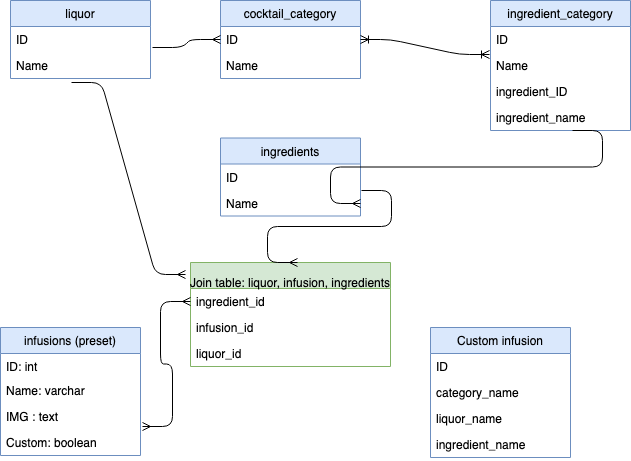
The draw.io diagram aged and infused.png in Mstapleton22/capstone-aged-and-infused, before a commit. Source tidied: cells renumbered, new cells last; positions are measured from the earlier drawing's top-left corner, leaving out a move shared by most shapes. Its diagram source:
```xml
<mxGraphModel>
  <root>
    <mxCell id="0" />
    <mxCell id="1" parent="0" />
    <mxCell id="2" value="liquor" style="swimlane;fontStyle=0;horizontal=1;startSize=26;fillColor=#dae8fc;strokeColor=#6c8ebf;" parent="1" vertex="1">
      <mxGeometry x="10" width="140" height="78" as="geometry" />
    </mxCell>
    <mxCell id="3" value="ID" style="text;strokeColor=none;fillColor=none;align=left;verticalAlign=top;spacingLeft=4;spacingRight=4;overflow=hidden;points=[[0,0.5],[1,0.5]];portConstraint=eastwest;" parent="2" vertex="1">
      <mxGeometry y="26" width="140" height="26" as="geometry" />
    </mxCell>
    <mxCell id="4" value="Name" style="text;strokeColor=none;fillColor=none;align=left;verticalAlign=top;spacingLeft=4;spacingRight=4;overflow=hidden;points=[[0,0.5],[1,0.5]];portConstraint=eastwest;" parent="2" vertex="1">
      <mxGeometry y="52" width="140" height="26" as="geometry" />
    </mxCell>
    <mxCell id="5" value="cocktail_category" style="swimlane;fontStyle=0;horizontal=1;startSize=26;fillColor=#dae8fc;strokeColor=#6c8ebf;" parent="1" vertex="1">
      <mxGeometry x="220" width="140" height="78" as="geometry" />
    </mxCell>
    <mxCell id="6" value="ID" style="text;strokeColor=none;fillColor=none;align=left;verticalAlign=top;spacingLeft=4;spacingRight=4;overflow=hidden;points=[[0,0.5],[1,0.5]];portConstraint=eastwest;" parent="5" vertex="1">
      <mxGeometry y="26" width="140" height="26" as="geometry" />
    </mxCell>
    <mxCell id="7" value="Name" style="text;strokeColor=none;fillColor=none;align=left;verticalAlign=top;spacingLeft=4;spacingRight=4;overflow=hidden;" parent="5" vertex="1">
      <mxGeometry y="52" width="140" height="26" as="geometry" />
    </mxCell>
    <mxCell id="8" value="ingredient_category" style="swimlane;fontStyle=0;horizontal=1;startSize=26;fillColor=#dae8fc;strokeColor=#6c8ebf;" parent="1" vertex="1">
      <mxGeometry x="490" width="140" height="130" as="geometry" />
    </mxCell>
    <mxCell id="9" value="ID" style="text;strokeColor=none;fillColor=none;align=left;verticalAlign=top;spacingLeft=4;spacingRight=4;overflow=hidden;points=[[0,0.5],[1,0.5]];portConstraint=eastwest;" parent="8" vertex="1">
      <mxGeometry y="26" width="140" height="26" as="geometry" />
    </mxCell>
    <mxCell id="10" value="Name" style="text;strokeColor=none;fillColor=none;align=left;verticalAlign=top;spacingLeft=4;spacingRight=4;overflow=hidden;" parent="8" vertex="1">
      <mxGeometry y="52" width="140" height="26" as="geometry" />
    </mxCell>
    <mxCell id="11" value="ingredient_ID" style="text;strokeColor=none;fillColor=none;align=left;verticalAlign=top;spacingLeft=4;spacingRight=4;overflow=hidden;" parent="8" vertex="1">
      <mxGeometry y="78" width="140" height="26" as="geometry" />
    </mxCell>
    <mxCell id="12" value="ingredient_name" style="text;strokeColor=none;fillColor=none;align=left;verticalAlign=top;spacingLeft=4;spacingRight=4;overflow=hidden;points=[[0,0.5],[1,0.5]];portConstraint=eastwest;" parent="8" vertex="1">
      <mxGeometry y="104" width="140" height="26" as="geometry" />
    </mxCell>
    <mxCell id="13" value="ingredients" style="swimlane;fontStyle=0;horizontal=1;startSize=26;fillColor=#dae8fc;strokeColor=#6c8ebf;" parent="1" vertex="1">
      <mxGeometry x="220" y="137.5" width="140" height="78" as="geometry" />
    </mxCell>
    <mxCell id="14" value="ID" style="text;strokeColor=none;fillColor=none;align=left;verticalAlign=top;spacingLeft=4;spacingRight=4;overflow=hidden;" parent="13" vertex="1">
      <mxGeometry y="26" width="140" height="26" as="geometry" />
    </mxCell>
    <mxCell id="15" value="Name" style="text;strokeColor=none;fillColor=none;align=left;verticalAlign=top;spacingLeft=4;spacingRight=4;overflow=hidden;points=[[0,0.5],[1,0.5]];portConstraint=eastwest;" parent="13" vertex="1">
      <mxGeometry y="52" width="140" height="26" as="geometry" />
    </mxCell>
    <mxCell id="16" value="infusions (preset)" style="swimlane;fontStyle=0;horizontal=1;startSize=26;fillColor=#dae8fc;strokeColor=#6c8ebf;" parent="1" vertex="1">
      <mxGeometry y="327" width="140" height="128" as="geometry" />
    </mxCell>
    <mxCell id="17" value="ID: int" style="text;strokeColor=none;fillColor=none;align=left;verticalAlign=top;spacingLeft=4;spacingRight=4;overflow=hidden;" parent="16" vertex="1">
      <mxGeometry y="26" width="140" height="24" as="geometry" />
    </mxCell>
    <mxCell id="18" value="Name: varchar" style="text;strokeColor=none;fillColor=none;align=left;verticalAlign=top;spacingLeft=4;spacingRight=4;overflow=hidden;" parent="16" vertex="1">
      <mxGeometry y="50" width="140" height="26" as="geometry" />
    </mxCell>
    <mxCell id="19" value="IMG : text" style="text;strokeColor=none;fillColor=none;align=left;verticalAlign=top;spacingLeft=4;spacingRight=4;overflow=hidden;" parent="16" vertex="1">
      <mxGeometry y="76" width="140" height="26" as="geometry" />
    </mxCell>
    <mxCell id="20" value="Custom: boolean" style="text;strokeColor=none;fillColor=none;align=left;verticalAlign=top;spacingLeft=4;spacingRight=4;overflow=hidden;points=[[0,0.5],[1,0.5]];portConstraint=eastwest;" parent="16" vertex="1">
      <mxGeometry y="102" width="140" height="26" as="geometry" />
    </mxCell>
    <mxCell id="21" value="Custom infusion" style="swimlane;fontStyle=0;horizontal=1;startSize=26;fillColor=#dae8fc;strokeColor=#6c8ebf;" parent="1" vertex="1">
      <mxGeometry x="430" y="327" width="140" height="130" as="geometry" />
    </mxCell>
    <mxCell id="22" value="ID" style="text;strokeColor=none;fillColor=none;align=left;verticalAlign=top;spacingLeft=4;spacingRight=4;overflow=hidden;" parent="21" vertex="1">
      <mxGeometry y="26" width="140" height="26" as="geometry" />
    </mxCell>
    <mxCell id="23" value="category_name" style="text;strokeColor=none;fillColor=none;align=left;verticalAlign=top;spacingLeft=4;spacingRight=4;overflow=hidden;" parent="21" vertex="1">
      <mxGeometry y="52" width="140" height="26" as="geometry" />
    </mxCell>
    <mxCell id="24" value="liquor_name" style="text;strokeColor=none;fillColor=none;align=left;verticalAlign=top;spacingLeft=4;spacingRight=4;overflow=hidden;" parent="21" vertex="1">
      <mxGeometry y="78" width="140" height="26" as="geometry" />
    </mxCell>
    <mxCell id="25" value="ingredient_name" style="text;strokeColor=none;fillColor=none;align=left;verticalAlign=top;spacingLeft=4;spacingRight=4;overflow=hidden;" parent="21" vertex="1">
      <mxGeometry y="104" width="140" height="26" as="geometry" />
    </mxCell>
    <mxCell id="26" value="&#10;&#10;Join table: liquor, infusion, ingredients&#10;" style="swimlane;fontStyle=0;horizontal=1;startSize=26;fillColor=#d5e8d4;strokeColor=#82b366;" parent="1" vertex="1">
      <mxGeometry x="190" y="262" width="200" height="104" as="geometry" />
    </mxCell>
    <mxCell id="27" value="ingredient_id" style="text;strokeColor=none;fillColor=none;align=left;verticalAlign=top;spacingLeft=4;spacingRight=4;overflow=hidden;points=[[0,0.5],[1,0.5]];portConstraint=eastwest;" parent="26" vertex="1">
      <mxGeometry y="26" width="200" height="26" as="geometry" />
    </mxCell>
    <mxCell id="28" value="infusion_id" style="text;strokeColor=none;fillColor=none;align=left;verticalAlign=top;spacingLeft=4;spacingRight=4;overflow=hidden;" parent="26" vertex="1">
      <mxGeometry y="52" width="200" height="26" as="geometry" />
    </mxCell>
    <mxCell id="29" value="liquor_id" style="text;strokeColor=none;fillColor=none;align=left;verticalAlign=top;spacingLeft=4;spacingRight=4;overflow=hidden;" parent="26" vertex="1">
      <mxGeometry y="78" width="200" height="26" as="geometry" />
    </mxCell>
    <mxCell id="30" style="edgeStyle=entityRelationEdgeStyle;fontSize=12;html=1;endArrow=ERmany;exitX=1.014;exitY=0.808;exitDx=0;exitDy=0;exitPerimeter=0;entryX=0;entryY=0.5;entryDx=0;entryDy=0;" parent="1" edge="1" source="3" target="6">
      <mxGeometry relative="1" as="geometry" />
    </mxCell>
    <mxCell id="31" style="edgeStyle=entityRelationEdgeStyle;fontSize=12;html=1;endArrow=ERoneToMany;startArrow=ERoneToMany;entryX=-0.007;entryY=1.077;entryDx=0;entryDy=0;entryPerimeter=0;exitX=1;exitY=0.5;exitDx=0;exitDy=0;" parent="1" edge="1" source="6" target="9">
      <mxGeometry relative="1" as="geometry" />
    </mxCell>
    <mxCell id="32" style="edgeStyle=entityRelationEdgeStyle;fontSize=12;html=1;endArrow=ERmany;exitX=0.586;exitY=1;exitDx=0;exitDy=0;exitPerimeter=0;entryX=1;entryY=0.5;entryDx=0;entryDy=0;" parent="1" edge="1" source="12" target="15">
      <mxGeometry relative="1" as="geometry" />
    </mxCell>
    <mxCell id="33" style="edgeStyle=entityRelationEdgeStyle;fontSize=12;html=1;endArrow=ERmany;exitX=0.436;exitY=1.154;exitDx=0;exitDy=0;exitPerimeter=0;entryX=-0.025;entryY=0.115;entryDx=0;entryDy=0;entryPerimeter=0;" parent="1" edge="1" source="4" target="26">
      <mxGeometry relative="1" as="geometry" />
    </mxCell>
    <mxCell id="34" style="edgeStyle=entityRelationEdgeStyle;fontSize=12;html=1;endArrow=ERmany;entryX=0.535;entryY=0;entryDx=0;entryDy=0;entryPerimeter=0;exitX=1.007;exitY=0.019;exitDx=0;exitDy=0;exitPerimeter=0;" parent="1" edge="1" source="15" target="26">
      <mxGeometry relative="1" as="geometry" />
    </mxCell>
    <mxCell id="35" style="edgeStyle=entityRelationEdgeStyle;fontSize=12;html=1;endArrow=ERmany;startArrow=ERmany;entryX=0;entryY=0.5;entryDx=0;entryDy=0;exitX=1.014;exitY=-0.115;exitDx=0;exitDy=0;exitPerimeter=0;" parent="1" edge="1" source="20" target="27">
      <mxGeometry relative="1" as="geometry" />
    </mxCell>
  </root>
</mxGraphModel>
```
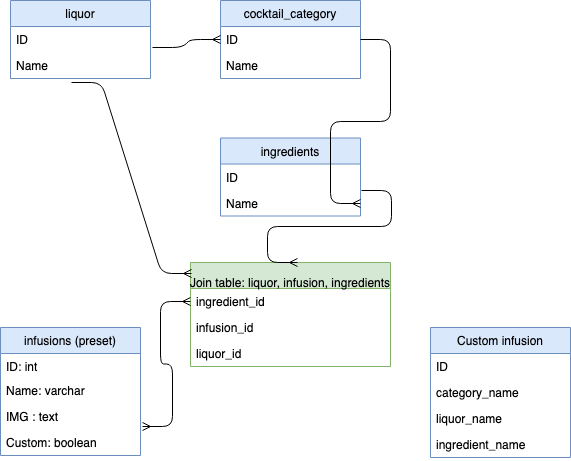
The same file after the commit.

What changed in the source:
```diff
@@ -20,21 +20,6 @@
     <mxCell id="7" value="Name" style="text;strokeColor=none;fillColor=none;align=left;verticalAlign=top;spacingLeft=4;spacingRight=4;overflow=hidden;" parent="5" vertex="1">
       <mxGeometry y="52" width="140" height="26" as="geometry" />
     </mxCell>
-    <mxCell id="8" value="ingredient_category" style="swimlane;fontStyle=0;horizontal=1;startSize=26;fillColor=#dae8fc;strokeColor=#6c8ebf;" parent="1" vertex="1">
-      <mxGeometry x="490" width="140" height="130" as="geometry" />
-    </mxCell>
-    <mxCell id="9" value="ID" style="text;strokeColor=none;fillColor=none;align=left;verticalAlign=top;spacingLeft=4;spacingRight=4;overflow=hidden;points=[[0,0.5],[1,0.5]];portConstraint=eastwest;" parent="8" vertex="1">
-      <mxGeometry y="26" width="140" height="26" as="geometry" />
-    </mxCell>
-    <mxCell id="10" value="Name" style="text;strokeColor=none;fillColor=none;align=left;verticalAlign=top;spacingLeft=4;spacingRight=4;overflow=hidden;" parent="8" vertex="1">
-      <mxGeometry y="52" width="140" height="26" as="geometry" />
-    </mxCell>
-    <mxCell id="11" value="ingredient_ID" style="text;strokeColor=none;fillColor=none;align=left;verticalAlign=top;spacingLeft=4;spacingRight=4;overflow=hidden;" parent="8" vertex="1">
-      <mxGeometry y="78" width="140" height="26" as="geometry" />
-    </mxCell>
-    <mxCell id="12" value="ingredient_name" style="text;strokeColor=none;fillColor=none;align=left;verticalAlign=top;spacingLeft=4;spacingRight=4;overflow=hidden;points=[[0,0.5],[1,0.5]];portConstraint=eastwest;" parent="8" vertex="1">
-      <mxGeometry y="104" width="140" height="26" as="geometry" />
-    </mxCell>
     <mxCell id="13" value="ingredients" style="swimlane;fontStyle=0;horizontal=1;startSize=26;fillColor=#dae8fc;strokeColor=#6c8ebf;" parent="1" vertex="1">
       <mxGeometry x="220" y="137.5" width="140" height="78" as="geometry" />
     </mxCell>
@@ -89,13 +74,10 @@
     <mxCell id="30" style="edgeStyle=entityRelationEdgeStyle;fontSize=12;html=1;endArrow=ERmany;exitX=1.014;exitY=0.808;exitDx=0;exitDy=0;exitPerimeter=0;entryX=0;entryY=0.5;entryDx=0;entryDy=0;" parent="1" edge="1" source="3" target="6">
       <mxGeometry relative="1" as="geometry" />
     </mxCell>
-    <mxCell id="31" style="edgeStyle=entityRelationEdgeStyle;fontSize=12;html=1;endArrow=ERoneToMany;startArrow=ERoneToMany;entryX=-0.007;entryY=1.077;entryDx=0;entryDy=0;entryPerimeter=0;exitX=1;exitY=0.5;exitDx=0;exitDy=0;" parent="1" edge="1" source="6" target="9">
-      <mxGeometry relative="1" as="geometry" />
-    </mxCell>
-    <mxCell id="32" style="edgeStyle=entityRelationEdgeStyle;fontSize=12;html=1;endArrow=ERmany;exitX=0.586;exitY=1;exitDx=0;exitDy=0;exitPerimeter=0;entryX=1;entryY=0.5;entryDx=0;entryDy=0;" parent="1" edge="1" source="12" target="15">
+    <mxCell id="32" style="edgeStyle=entityRelationEdgeStyle;fontSize=12;html=1;endArrow=ERmany;exitX=1;exitY=0.5;exitDx=0;exitDy=0;entryX=1;entryY=0.5;entryDx=0;entryDy=0;" parent="1" edge="1" source="6" target="15">
       <mxGeometry relative="1" as="geometry" />
     </mxCell>
-    <mxCell id="33" style="edgeStyle=entityRelationEdgeStyle;fontSize=12;html=1;endArrow=ERmany;exitX=0.436;exitY=1.154;exitDx=0;exitDy=0;exitPerimeter=0;entryX=-0.025;entryY=0.115;entryDx=0;entryDy=0;entryPerimeter=0;" parent="1" edge="1" source="4" target="26">
+    <mxCell id="33" style="edgeStyle=entityRelationEdgeStyle;fontSize=12;html=1;endArrow=ERmany;exitX=0.436;exitY=1.154;exitDx=0;exitDy=0;exitPerimeter=0;entryX=0.005;entryY=0.106;entryDx=0;entryDy=0;entryPerimeter=0;" parent="1" edge="1" source="4" target="26">
       <mxGeometry relative="1" as="geometry" />
     </mxCell>
     <mxCell id="34" style="edgeStyle=entityRelationEdgeStyle;fontSize=12;html=1;endArrow=ERmany;entryX=0.535;entryY=0;entryDx=0;entryDy=0;entryPerimeter=0;exitX=1.007;exitY=0.019;exitDx=0;exitDy=0;exitPerimeter=0;" parent="1" edge="1" source="15" target="26">
```
